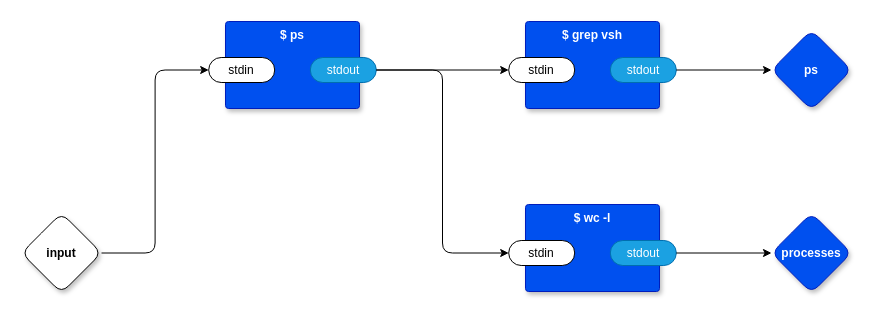
Before: page "main" (1 of 2) of vsh.drawio in guitarvydas/odin0d, a draw.io diagram. Source tidied: cells renumbered, new cells numbered last; positions are measured from the earlier drawing's top-left corner, leaving out a move shared by most shapes. Both pictures are drawn from the tidied source at 100%, with x=0, y=0 at pixel (21, 21).
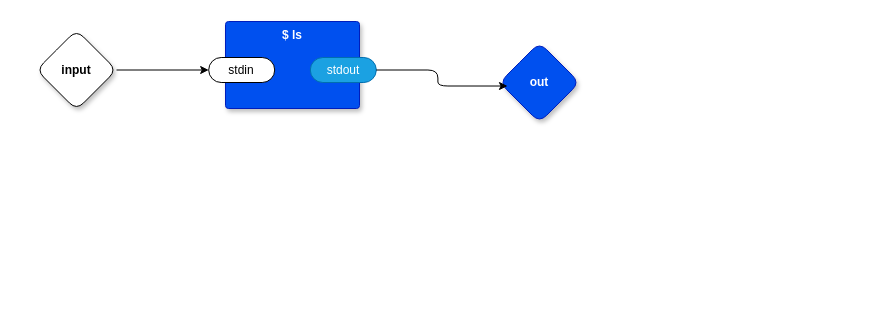
After the change.

The edit, as a diff of the source:
```diff
@@
 <mxGraphModel>
   <root>
     <mxCell id="0" />
     <mxCell id="1" parent="0" />
     <mxCell id="2" style="edgeStyle=orthogonalEdgeStyle;rounded=1;jettySize=auto;html=1;exitX=1;exitY=0.5;exitDx=0;exitDy=0;exitPerimeter=0;entryX=0;entryY=0.5;entryDx=0;entryDy=0;entryPerimeter=0;" parent="1" edge="1" source="3" target="6">
       <mxGeometry relative="1" as="geometry" />
     </mxCell>
     <mxCell id="3" value="input" style="rhombus;whiteSpace=wrap;html=1;rounded=1;fontStyle=1;glass=0;sketch=0;fontSize=12;points=[[0,0.5,0,0,0],[0.5,0,0,0,0],[0.5,1,0,0,0],[1,0.5,0,0,0]];shadow=1;" parent="1" vertex="1">
-      <mxGeometry y="191.5" width="80" height="80" as="geometry" />
+      <mxGeometry x="15" y="8.5" width="80" height="80" as="geometry" />
     </mxCell>
-    <mxCell id="4" value="ps" style="rhombus;whiteSpace=wrap;html=1;rounded=1;fillColor=#0050ef;fontColor=#ffffff;strokeColor=#001DBC;fontStyle=1;glass=0;sketch=0;fontSize=12;points=[[0,0.5,0,0,0],[0.5,0,0,0,0],[0.5,1,0,0,0],[1,0.5,0,0,0]];shadow=1;" parent="1" vertex="1">
-      <mxGeometry x="750" y="8.5" width="80" height="80" as="geometry" />
+    <mxCell id="4" value="out" style="rhombus;whiteSpace=wrap;html=1;rounded=1;fillColor=#0050ef;fontColor=#ffffff;strokeColor=#001DBC;fontStyle=1;glass=0;sketch=0;fontSize=12;points=[[0,0.5,0,0,0],[0.5,0,0,0,0],[0.5,1,0,0,0],[1,0.5,0,0,0]];shadow=1;" parent="1" vertex="1">
+      <mxGeometry x="478" y="21" width="80" height="80" as="geometry" />
     </mxCell>
-    <mxCell id="5" value="$ ps" style="rounded=1;whiteSpace=wrap;html=1;sketch=0;verticalAlign=top;arcSize=6;fontStyle=1;absoluteArcSize=1;shadow=1;strokeColor=#001DBC;fillColor=#0050ef;fontColor=#ffffff;" parent="1" vertex="1">
+    <mxCell id="5" value="$ ls" style="rounded=1;whiteSpace=wrap;html=1;sketch=0;verticalAlign=top;arcSize=6;fontStyle=1;absoluteArcSize=1;shadow=1;strokeColor=#001DBC;fillColor=#0050ef;fontColor=#ffffff;" parent="1" vertex="1">
       <mxGeometry x="204" width="134" height="87" as="geometry" />
     </mxCell>
     <mxCell id="6" value="stdin" style="rounded=1;whiteSpace=wrap;html=1;sketch=0;points=[[0,0.5,0,0,0],[1,0.5,0,0,0]];arcSize=50;" parent="5" vertex="1">
       <mxGeometry x="-16.8" y="36" width="66" height="25" as="geometry" />
     </mxCell>
     <mxCell id="7" value="stdout" style="rounded=1;whiteSpace=wrap;html=1;sketch=0;points=[[0,0.5,0,0,0],[1,0.5,0,0,0]];fillColor=#1ba1e2;fontColor=#ffffff;strokeColor=#006EAF;arcSize=50;" parent="5" vertex="1">
       <mxGeometry x="84.8" y="36" width="66" height="25" as="geometry" />
     </mxCell>
-    <mxCell id="8" value="$ grep vsh" style="rounded=1;whiteSpace=wrap;html=1;sketch=0;verticalAlign=top;arcSize=6;fontStyle=1;absoluteArcSize=1;shadow=1;strokeColor=#001DBC;fillColor=#0050ef;fontColor=#ffffff;" parent="1" vertex="1">
-      <mxGeometry x="504" width="134" height="87" as="geometry" />
-    </mxCell>
-    <mxCell id="9" value="stdin" style="rounded=1;whiteSpace=wrap;html=1;sketch=0;points=[[0,0.5,0,0,0],[1,0.5,0,0,0]];arcSize=50;" parent="8" vertex="1">
-      <mxGeometry x="-16.8" y="36" width="66" height="25" as="geometry" />
-    </mxCell>
-    <mxCell id="10" value="stdout" style="rounded=1;whiteSpace=wrap;html=1;sketch=0;points=[[0,0.5,0,0,0],[1,0.5,0,0,0]];fillColor=#1ba1e2;fontColor=#ffffff;strokeColor=#006EAF;arcSize=50;" parent="8" vertex="1">
-      <mxGeometry x="84.8" y="36" width="66" height="25" as="geometry" />
-    </mxCell>
-    <mxCell id="11" style="edgeStyle=orthogonalEdgeStyle;rounded=1;jettySize=auto;html=1;exitX=1;exitY=0.5;exitDx=0;exitDy=0;exitPerimeter=0;entryX=0;entryY=0.5;entryDx=0;entryDy=0;entryPerimeter=0;" parent="1" edge="1" source="7" target="9">
+    <mxCell id="11" style="edgeStyle=orthogonalEdgeStyle;rounded=1;jettySize=auto;html=1;exitX=1;exitY=0.5;exitDx=0;exitDy=0;exitPerimeter=0;entryX=0.1;entryY=0.544;entryDx=0;entryDy=0;entryPerimeter=0;" parent="1" edge="1" source="7" target="4">
       <mxGeometry relative="1" as="geometry" />
     </mxCell>
-    <mxCell id="12" style="edgeStyle=orthogonalEdgeStyle;rounded=1;jettySize=auto;html=1;exitX=1;exitY=0.5;exitDx=0;exitDy=0;exitPerimeter=0;entryX=0;entryY=0.5;entryDx=0;entryDy=0;entryPerimeter=0;" parent="1" edge="1" source="10" target="4">
-      <mxGeometry relative="1" as="geometry" />
-    </mxCell>
-    <mxCell id="13" value="$ wc -l" style="rounded=1;whiteSpace=wrap;html=1;sketch=0;verticalAlign=top;arcSize=6;fontStyle=1;absoluteArcSize=1;shadow=1;strokeColor=#001DBC;fillColor=#0050ef;fontColor=#ffffff;" parent="1" vertex="1">
-      <mxGeometry x="504" y="183" width="134" height="87" as="geometry" />
-    </mxCell>
-    <mxCell id="14" value="stdin" style="rounded=1;whiteSpace=wrap;html=1;sketch=0;points=[[0,0.5,0,0,0],[1,0.5,0,0,0]];arcSize=50;" parent="13" vertex="1">
-      <mxGeometry x="-16.8" y="36" width="66" height="25" as="geometry" />
-    </mxCell>
-    <mxCell id="15" value="stdout" style="rounded=1;whiteSpace=wrap;html=1;sketch=0;points=[[0,0.5,0,0,0],[1,0.5,0,0,0]];fillColor=#1ba1e2;fontColor=#ffffff;strokeColor=#006EAF;arcSize=50;" parent="13" vertex="1">
-      <mxGeometry x="84.8" y="36" width="66" height="25" as="geometry" />
-    </mxCell>
-    <mxCell id="16" style="edgeStyle=orthogonalEdgeStyle;rounded=1;jettySize=auto;html=1;exitX=1;exitY=0.5;exitDx=0;exitDy=0;exitPerimeter=0;entryX=0;entryY=0.5;entryDx=0;entryDy=0;entryPerimeter=0;" parent="1" edge="1" source="7" target="14">
-      <mxGeometry relative="1" as="geometry" />
-    </mxCell>
-    <mxCell id="17" value="processes" style="rhombus;whiteSpace=wrap;html=1;rounded=1;fillColor=#0050ef;fontColor=#ffffff;strokeColor=#001DBC;fontStyle=1;glass=0;sketch=0;fontSize=12;points=[[0,0.5,0,0,0],[0.5,0,0,0,0],[0.5,1,0,0,0],[1,0.5,0,0,0]];shadow=1;" parent="1" vertex="1">
-      <mxGeometry x="750" y="191.5" width="80" height="80" as="geometry" />
-    </mxCell>
-    <mxCell id="18" style="edgeStyle=orthogonalEdgeStyle;rounded=1;jettySize=auto;html=1;exitX=1;exitY=0.5;exitDx=0;exitDy=0;exitPerimeter=0;entryX=0;entryY=0.5;entryDx=0;entryDy=0;entryPerimeter=0;" parent="1" edge="1" source="15" target="17">
-      <mxGeometry relative="1" as="geometry" />
-    </mxCell>
   </root>
 </mxGraphModel>
```
